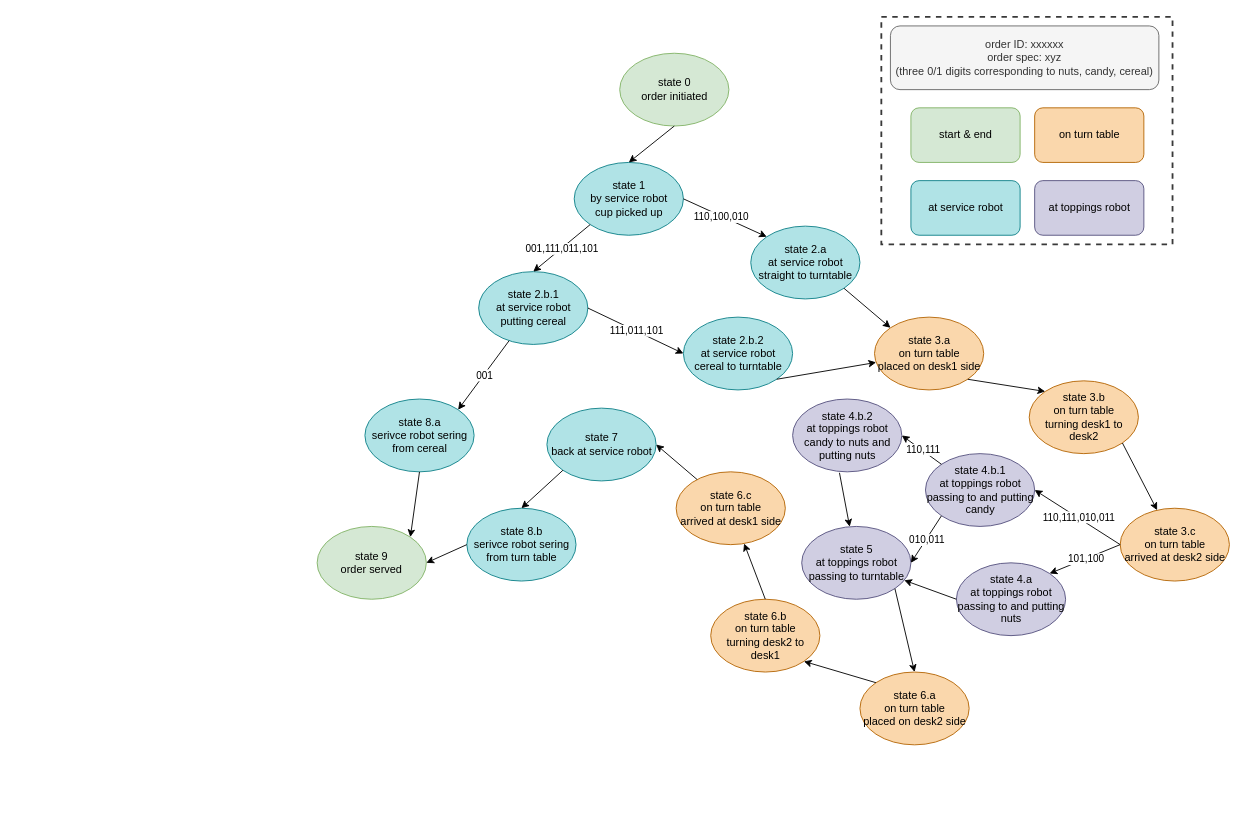
This is page "Page-2" (2 of 2) of state_machine_diagram.drawio from Ruoyu-Wu/MEAM520_final_project_mid_scheduler_draft, a draw.io file, before an edit. Source tidied: cells renumbered, new cells numbered last; positions are measured from the earlier drawing's top-left corner, leaving out a move shared by most shapes. Both pictures are drawn from the tidied source at 91%, with x=0, y=0 at pixel (317, 16).
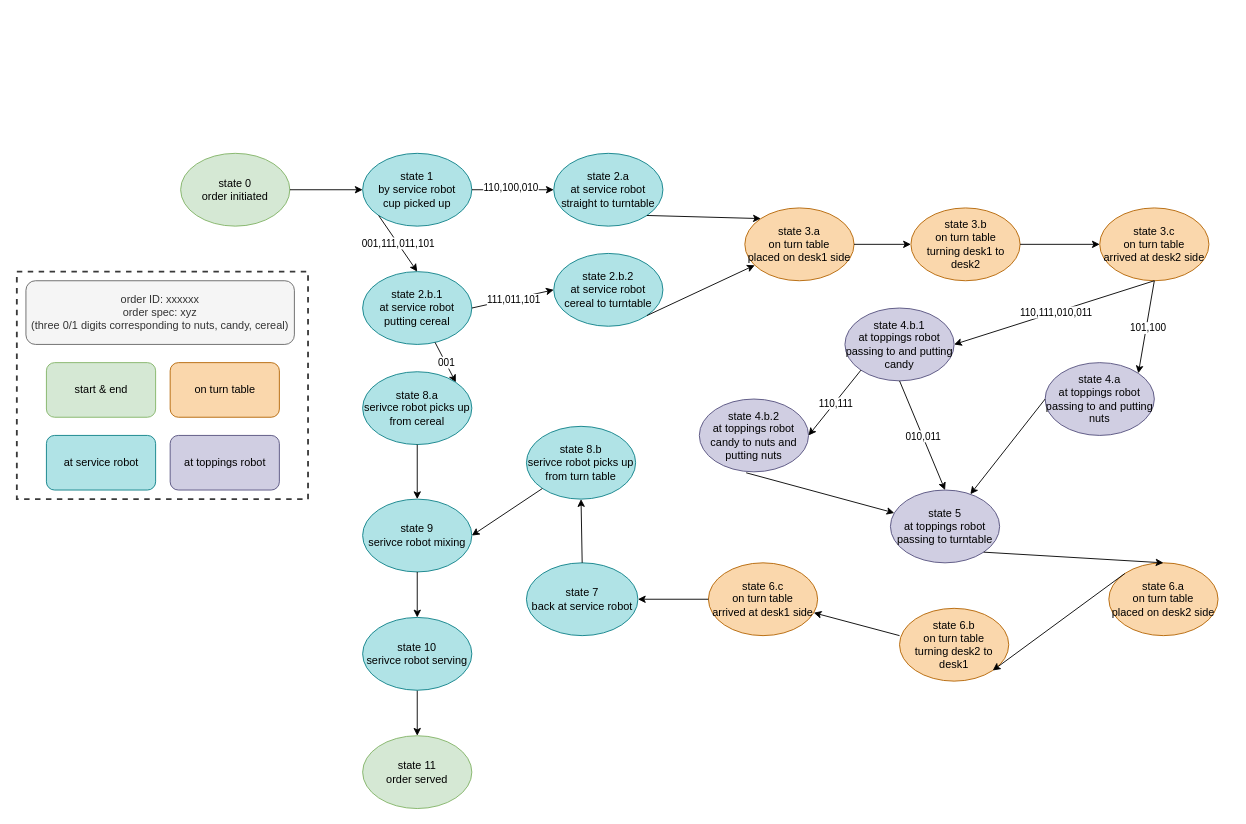
After the change.

Change to the diagram source:
```diff
@@
     <mxCell id="2" value="order ID: xxxxxx&lt;div&gt;order spec: xyz&lt;/div&gt;&lt;div&gt;(three 0/1 digits corresponding to nuts, candy, cereal)&lt;/div&gt;" style="rounded=1;whiteSpace=wrap;html=1;rotation=0;fillColor=#f5f5f5;fontColor=#333333;strokeColor=#666666;" parent="1" vertex="1">
-      <mxGeometry x="630" y="10" width="295" height="70" as="geometry" />
+      <mxGeometry x="-320" y="290" width="295" height="70" as="geometry" />
     </mxCell>
     <mxCell id="3" value="state 0&lt;div&gt;order initiated&lt;/div&gt;" style="ellipse;whiteSpace=wrap;html=1;fillColor=#d5e8d4;strokeColor=#82b366;" parent="1" vertex="1">
-      <mxGeometry x="332.5" y="40" width="120" height="80" as="geometry" />
+      <mxGeometry x="-150" y="150" width="120" height="80" as="geometry" />
     </mxCell>
     <mxCell id="4" value="state 1&lt;div&gt;by service robot&lt;br&gt;&lt;div&gt;cup picked up&lt;/div&gt;&lt;/div&gt;" style="ellipse;whiteSpace=wrap;html=1;fillColor=#b0e3e6;strokeColor=#0e8088;" parent="1" vertex="1">
-      <mxGeometry x="282.5" y="160" width="120" height="80" as="geometry" />
+      <mxGeometry x="50" y="150" width="120" height="80" as="geometry" />
     </mxCell>
     <mxCell id="5" value="state 2.b.1&lt;div&gt;at service robot&lt;/div&gt;&lt;div&gt;putting cereal&lt;/div&gt;" style="ellipse;whiteSpace=wrap;html=1;fillColor=#b0e3e6;strokeColor=#0e8088;" parent="1" vertex="1">
-      <mxGeometry x="177.5" y="280" width="120" height="80" as="geometry" />
+      <mxGeometry x="50" y="280" width="120" height="80" as="geometry" />
     </mxCell>
     <mxCell id="6" value="state 2.b.2&lt;div&gt;at service robot&lt;/div&gt;&lt;div&gt;cereal to turntable&lt;/div&gt;" style="ellipse;whiteSpace=wrap;html=1;fillColor=#b0e3e6;strokeColor=#0e8088;" parent="1" vertex="1">
-      <mxGeometry x="402.5" y="330" width="120" height="80" as="geometry" />
+      <mxGeometry x="260" y="260" width="120" height="80" as="geometry" />
     </mxCell>
     <mxCell id="7" value="state 5&lt;div&gt;&lt;div&gt;at toppings robot&lt;/div&gt;&lt;div&gt;passing to turntable&lt;/div&gt;&lt;/div&gt;" style="ellipse;whiteSpace=wrap;html=1;fillColor=#d0cee2;strokeColor=#56517e;" parent="1" vertex="1">
-      <mxGeometry x="532.5" y="560" width="120" height="80" as="geometry" />
+      <mxGeometry x="630" y="520" width="120" height="80" as="geometry" />
     </mxCell>
-    <mxCell id="8" value="state 9&lt;div&gt;order served&lt;/div&gt;" style="ellipse;whiteSpace=wrap;html=1;fillColor=#d5e8d4;strokeColor=#82b366;" parent="1" vertex="1">
-      <mxGeometry y="560" width="120" height="80" as="geometry" />
+    <mxCell id="8" value="state 11&lt;div&gt;order served&lt;/div&gt;" style="ellipse;whiteSpace=wrap;html=1;fillColor=#d5e8d4;strokeColor=#82b366;" parent="1" vertex="1">
+      <mxGeometry x="50" y="790" width="120" height="80" as="geometry" />
     </mxCell>
     <mxCell id="9" value="state 3.a&lt;div&gt;on turn table&lt;/div&gt;&lt;div&gt;placed on desk1 side&lt;/div&gt;" style="ellipse;whiteSpace=wrap;html=1;fillColor=#fad7ac;strokeColor=#b46504;" parent="1" vertex="1">
-      <mxGeometry x="612.5" y="330" width="120" height="80" as="geometry" />
+      <mxGeometry x="470" y="210" width="120" height="80" as="geometry" />
     </mxCell>
     <mxCell id="10" value="state 3.b&lt;div&gt;on turn table&lt;/div&gt;&lt;div&gt;turning desk1 to desk2&lt;/div&gt;" style="ellipse;whiteSpace=wrap;html=1;fillColor=#fad7ac;strokeColor=#b46504;" parent="1" vertex="1">
-      <mxGeometry x="782.5" y="400" width="120" height="80" as="geometry" />
+      <mxGeometry x="652.5" y="210" width="120" height="80" as="geometry" />
     </mxCell>
-    <mxCell id="11" style="endArrow=classic;html=1;rounded=0;exitX=1;exitY=0.5;exitDx=0;exitDy=0;entryX=0;entryY=0;entryDx=0;entryDy=0;" parent="1" edge="1" source="4" target="48">
+    <mxCell id="11" style="endArrow=classic;html=1;rounded=0;exitX=1;exitY=0.5;exitDx=0;exitDy=0;entryX=0;entryY=0.5;entryDx=0;entryDy=0;" parent="1" edge="1" source="4" target="48">
       <mxGeometry relative="1" as="geometry" />
     </mxCell>
@@
     <mxCell id="19" value="state 3.c&lt;div&gt;on turn table&lt;/div&gt;&lt;div&gt;arrived at desk2 side&lt;/div&gt;" style="ellipse;whiteSpace=wrap;html=1;fillColor=#fad7ac;strokeColor=#b46504;" parent="1" vertex="1">
-      <mxGeometry x="882.5" y="540" width="120" height="80" as="geometry" />
+      <mxGeometry x="860" y="210" width="120" height="80" as="geometry" />
     </mxCell>
     <mxCell id="20" value="state 4.b.1&lt;div&gt;at toppings robot&lt;/div&gt;&lt;div&gt;passing to and putting candy&lt;/div&gt;" style="ellipse;whiteSpace=wrap;html=1;fillColor=#d0cee2;strokeColor=#56517e;" parent="1" vertex="1">
-      <mxGeometry x="668.5" y="480" width="120" height="80" as="geometry" />
+      <mxGeometry x="580" y="320" width="120" height="80" as="geometry" />
     </mxCell>
     <mxCell id="21" value="state 4.a&lt;div&gt;at toppings robot&lt;/div&gt;&lt;div&gt;passing to and putting nuts&lt;/div&gt;" style="ellipse;whiteSpace=wrap;html=1;fillColor=#d0cee2;strokeColor=#56517e;" parent="1" vertex="1">
-      <mxGeometry x="702.5" y="600" width="120" height="80" as="geometry" />
+      <mxGeometry x="800" y="380" width="120" height="80" as="geometry" />
     </mxCell>
     <mxCell id="22" value="state 4.b.2&lt;div&gt;at toppings robot&lt;/div&gt;&lt;div&gt;candy to nuts and putting nuts&lt;/div&gt;" style="ellipse;whiteSpace=wrap;html=1;fillColor=#d0cee2;strokeColor=#56517e;" parent="1" vertex="1">
-      <mxGeometry x="522.5" y="420" width="120" height="80" as="geometry" />
+      <mxGeometry x="420" y="420" width="120" height="80" as="geometry" />
     </mxCell>
-    <mxCell id="23" style="endArrow=classic;html=1;rounded=0;exitX=0;exitY=0.5;exitDx=0;exitDy=0;entryX=1;entryY=0.5;entryDx=0;entryDy=0;" parent="1" edge="1" source="19" target="20">
+    <mxCell id="23" style="endArrow=classic;html=1;rounded=0;exitX=0.5;exitY=1;exitDx=0;exitDy=0;entryX=1;entryY=0.5;entryDx=0;entryDy=0;" parent="1" edge="1" source="19" target="20">
       <mxGeometry relative="1" as="geometry" />
     </mxCell>
@@
-    <mxCell id="25" style="endArrow=classic;html=1;rounded=0;exitX=0;exitY=0.5;exitDx=0;exitDy=0;entryX=1;entryY=0;entryDx=0;entryDy=0;" parent="1" edge="1" source="19" target="21">
+    <mxCell id="25" style="endArrow=classic;html=1;rounded=0;exitX=0.5;exitY=1;exitDx=0;exitDy=0;entryX=1;entryY=0;entryDx=0;entryDy=0;" parent="1" edge="1" source="19" target="21">
       <mxGeometry relative="1" as="geometry" />
     </mxCell>
@@
-    <mxCell id="27" style="endArrow=classic;html=1;rounded=0;entryX=1;entryY=0.5;entryDx=0;entryDy=0;exitX=0;exitY=0;exitDx=0;exitDy=0;" parent="1" edge="1" source="20" target="22">
+    <mxCell id="27" style="endArrow=classic;html=1;rounded=0;entryX=1;entryY=0.5;entryDx=0;entryDy=0;exitX=0;exitY=1;exitDx=0;exitDy=0;" parent="1" edge="1" source="20" target="22">
       <mxGeometry relative="1" as="geometry" />
     </mxCell>
@@
     <mxCell id="31" value="state 6.a&lt;div&gt;on turn table&lt;/div&gt;&lt;div&gt;placed on desk2 side&lt;/div&gt;" style="ellipse;whiteSpace=wrap;html=1;fillColor=#fad7ac;strokeColor=#b46504;" parent="1" vertex="1">
-      <mxGeometry x="596.5" y="720" width="120" height="80" as="geometry" />
+      <mxGeometry x="870" y="600" width="120" height="80" as="geometry" />
     </mxCell>
     <mxCell id="32" value="state 6.b&lt;div&gt;on turn table&lt;/div&gt;&lt;div&gt;turning desk2 to desk1&lt;/div&gt;" style="ellipse;whiteSpace=wrap;html=1;fillColor=#fad7ac;strokeColor=#b46504;" parent="1" vertex="1">
-      <mxGeometry x="432.5" y="640" width="120" height="80" as="geometry" />
+      <mxGeometry x="640" y="650" width="120" height="80" as="geometry" />
     </mxCell>
     <mxCell id="33" value="state 6.c&lt;div&gt;on turn table&lt;/div&gt;&lt;div&gt;arrived at desk1 side&lt;/div&gt;" style="ellipse;whiteSpace=wrap;html=1;fillColor=#fad7ac;strokeColor=#b46504;" parent="1" vertex="1">
-      <mxGeometry x="394.5" y="500" width="120" height="80" as="geometry" />
+      <mxGeometry x="430" y="600" width="120" height="80" as="geometry" />
     </mxCell>
     <mxCell id="34" value="state 7&lt;div&gt;back at service robot&lt;/div&gt;" style="ellipse;whiteSpace=wrap;html=1;fillColor=#b0e3e6;strokeColor=#0e8088;" parent="1" vertex="1">
-      <mxGeometry x="252.5" y="430" width="120" height="80" as="geometry" />
+      <mxGeometry x="230" y="600" width="122.5" height="80" as="geometry" />
     </mxCell>
-    <mxCell id="35" value="state 8.a&lt;div&gt;serivce robot sering from cereal&lt;/div&gt;" style="ellipse;whiteSpace=wrap;html=1;fillColor=#b0e3e6;strokeColor=#0e8088;" parent="1" vertex="1">
-      <mxGeometry x="52.5" y="420" width="120" height="80" as="geometry" />
+    <mxCell id="35" value="state 8.a&lt;div&gt;serivce robot picks up from cereal&lt;/div&gt;" style="ellipse;whiteSpace=wrap;html=1;fillColor=#b0e3e6;strokeColor=#0e8088;" parent="1" vertex="1">
+      <mxGeometry x="50" y="390" width="120" height="80" as="geometry" />
     </mxCell>
-    <mxCell id="36" value="state 8.b&lt;div&gt;serivce robot sering from turn table&lt;/div&gt;" style="ellipse;whiteSpace=wrap;html=1;fillColor=#b0e3e6;strokeColor=#0e8088;" parent="1" vertex="1">
-      <mxGeometry x="164.5" y="540" width="120" height="80" as="geometry" />
+    <mxCell id="36" value="state 8.b&lt;div&gt;serivce robot picks up from turn table&lt;/div&gt;" style="ellipse;whiteSpace=wrap;html=1;fillColor=#b0e3e6;strokeColor=#0e8088;" parent="1" vertex="1">
+      <mxGeometry x="230" y="450" width="120" height="80" as="geometry" />
     </mxCell>
@@
-    <mxCell id="39" style="endArrow=classic;html=1;rounded=0;exitX=0.5;exitY=0;exitDx=0;exitDy=0;" parent="1" edge="1" source="32" target="33">
+    <mxCell id="39" style="endArrow=classic;html=1;rounded=0;exitX=0;exitY=0.375;exitDx=0;exitDy=0;exitPerimeter=0;" parent="1" edge="1" source="32" target="33">
       <mxGeometry relative="1" as="geometry" />
     </mxCell>
@@
-    <mxCell id="41" style="endArrow=classic;html=1;rounded=0;exitX=1;exitY=1;exitDx=0;exitDy=0;entryX=0;entryY=0;entryDx=0;entryDy=0;" parent="1" edge="1" source="9" target="10">
+    <mxCell id="41" style="endArrow=classic;html=1;rounded=0;exitX=1;exitY=0.5;exitDx=0;exitDy=0;entryX=0;entryY=0.5;entryDx=0;entryDy=0;" parent="1" edge="1" source="9" target="10">
       <mxGeometry relative="1" as="geometry" />
     </mxCell>
-    <mxCell id="42" style="endArrow=classic;html=1;rounded=0;exitX=1;exitY=1;exitDx=0;exitDy=0;" parent="1" edge="1" source="10" target="19">
+    <mxCell id="42" style="endArrow=classic;html=1;rounded=0;exitX=1;exitY=0.5;exitDx=0;exitDy=0;" parent="1" edge="1" source="10" target="19">
       <mxGeometry relative="1" as="geometry" />
     </mxCell>
@@
-    <mxCell id="44" style="endArrow=classic;html=1;rounded=0;exitX=0;exitY=1;exitDx=0;exitDy=0;entryX=0.5;entryY=0;entryDx=0;entryDy=0;" parent="1" edge="1" source="34" target="36">
+    <mxCell id="44" style="endArrow=classic;html=1;rounded=0;exitX=0.5;exitY=0;exitDx=0;exitDy=0;entryX=0.5;entryY=1;entryDx=0;entryDy=0;" parent="1" edge="1" source="34" target="36">
       <mxGeometry relative="1" as="geometry" />
     </mxCell>
-    <mxCell id="45" style="endArrow=classic;html=1;rounded=0;entryX=1;entryY=0.5;entryDx=0;entryDy=0;exitX=0;exitY=0.5;exitDx=0;exitDy=0;" parent="1" edge="1" source="36" target="8">
+    <mxCell id="45" style="endArrow=classic;html=1;rounded=0;exitX=0.5;exitY=1;exitDx=0;exitDy=0;entryX=0.5;entryY=0;entryDx=0;entryDy=0;" parent="1" edge="1" source="57" target="8">
       <mxGeometry relative="1" as="geometry" />
     </mxCell>
-    <mxCell id="46" style="endArrow=classic;html=1;rounded=0;exitX=0.5;exitY=1;exitDx=0;exitDy=0;entryX=0.5;entryY=0;entryDx=0;entryDy=0;" parent="1" edge="1" source="3" target="4">
+    <mxCell id="46" style="endArrow=classic;html=1;rounded=0;exitX=1;exitY=0.5;exitDx=0;exitDy=0;entryX=0;entryY=0.5;entryDx=0;entryDy=0;" parent="1" edge="1" source="3" target="4">
       <mxGeometry relative="1" as="geometry" />
     </mxCell>
-    <mxCell id="47" style="endArrow=classic;html=1;rounded=0;exitX=0.5;exitY=1;exitDx=0;exitDy=0;entryX=1;entryY=0;entryDx=0;entryDy=0;" parent="1" edge="1" source="35" target="8">
-      <mxGeometry relative="1" as="geometry" />
-    </mxCell>
     <mxCell id="48" value="state 2.a&lt;div&gt;at service robot&lt;/div&gt;&lt;div&gt;straight to turntable&lt;/div&gt;" style="ellipse;whiteSpace=wrap;html=1;fillColor=#b0e3e6;strokeColor=#0e8088;" parent="1" vertex="1">
-      <mxGeometry x="476.5" y="230" width="120" height="80" as="geometry" />
+      <mxGeometry x="260" y="150" width="120" height="80" as="geometry" />
     </mxCell>
@@
-    <mxCell id="50" style="endArrow=classic;html=1;rounded=0;exitX=0;exitY=1;exitDx=0;exitDy=0;entryX=1;entryY=0.5;entryDx=0;entryDy=0;" parent="1" edge="1" source="20" target="7">
+    <mxCell id="50" style="endArrow=classic;html=1;rounded=0;exitX=0.5;exitY=1;exitDx=0;exitDy=0;entryX=0.5;entryY=0;entryDx=0;entryDy=0;" parent="1" edge="1" source="20" target="7">
       <mxGeometry relative="1" as="geometry" />
     </mxCell>
@@
     <mxCell id="52" value="start &amp;amp; end" style="rounded=1;whiteSpace=wrap;html=1;fillColor=#d5e8d4;strokeColor=#82b366;" parent="1" vertex="1">
-      <mxGeometry x="652.5" y="100" width="120" height="60" as="geometry" />
+      <mxGeometry x="-297.5" y="380" width="120" height="60" as="geometry" />
     </mxCell>
     <mxCell id="53" value="on turn table" style="rounded=1;whiteSpace=wrap;html=1;fillColor=#fad7ac;strokeColor=#b46504;" parent="1" vertex="1">
-      <mxGeometry x="788.5" y="100" width="120" height="60" as="geometry" />
+      <mxGeometry x="-161.5" y="380" width="120" height="60" as="geometry" />
     </mxCell>
     <mxCell id="54" value="at service robot" style="rounded=1;whiteSpace=wrap;html=1;fillColor=#b0e3e6;strokeColor=#0e8088;" parent="1" vertex="1">
-      <mxGeometry x="652.5" y="180" width="120" height="60" as="geometry" />
+      <mxGeometry x="-297.5" y="460" width="120" height="60" as="geometry" />
     </mxCell>
     <mxCell id="55" value="at toppings robot" style="rounded=1;whiteSpace=wrap;html=1;fillColor=#d0cee2;strokeColor=#56517e;" parent="1" vertex="1">
-      <mxGeometry x="788.5" y="180" width="120" height="60" as="geometry" />
+      <mxGeometry x="-161.5" y="460" width="120" height="60" as="geometry" />
     </mxCell>
     <mxCell id="56" style="rounded=0;whiteSpace=wrap;html=1;fillColor=none;dashed=1;strokeWidth=2;strokeColor=#393939;" parent="1" vertex="1">
-      <mxGeometry x="620" width="320" height="250" as="geometry" />
+      <mxGeometry x="-330" y="280" width="320" height="250" as="geometry" />
     </mxCell>
+    <mxCell id="57" value="state 10&lt;div&gt;serivce robot serving&lt;/div&gt;" style="ellipse;whiteSpace=wrap;html=1;fillColor=#b0e3e6;strokeColor=#0e8088;" parent="1" vertex="1">
+      <mxGeometry x="50" y="660" width="120" height="80" as="geometry" />
+    </mxCell>
+    <mxCell id="58" value="state 9&lt;div&gt;serivce robot mixing&lt;/div&gt;" style="ellipse;whiteSpace=wrap;html=1;fillColor=#b0e3e6;strokeColor=#0e8088;" parent="1" vertex="1">
+      <mxGeometry x="50" y="530" width="120" height="80" as="geometry" />
+    </mxCell>
+    <mxCell id="59" style="endArrow=classic;html=1;rounded=0;exitX=0.5;exitY=1;exitDx=0;exitDy=0;entryX=0.5;entryY=0;entryDx=0;entryDy=0;" parent="1" edge="1" source="35" target="58">
+      <mxGeometry relative="1" as="geometry" />
+    </mxCell>
+    <mxCell id="60" style="endArrow=classic;html=1;rounded=0;exitX=0;exitY=1;exitDx=0;exitDy=0;entryX=1;entryY=0.5;entryDx=0;entryDy=0;" parent="1" edge="1" source="36" target="58">
+      <mxGeometry relative="1" as="geometry" />
+    </mxCell>
+    <mxCell id="61" style="endArrow=classic;html=1;rounded=0;exitX=0.5;exitY=1;exitDx=0;exitDy=0;" parent="1" edge="1" source="58" target="57">
+      <mxGeometry relative="1" as="geometry" />
+    </mxCell>
```
